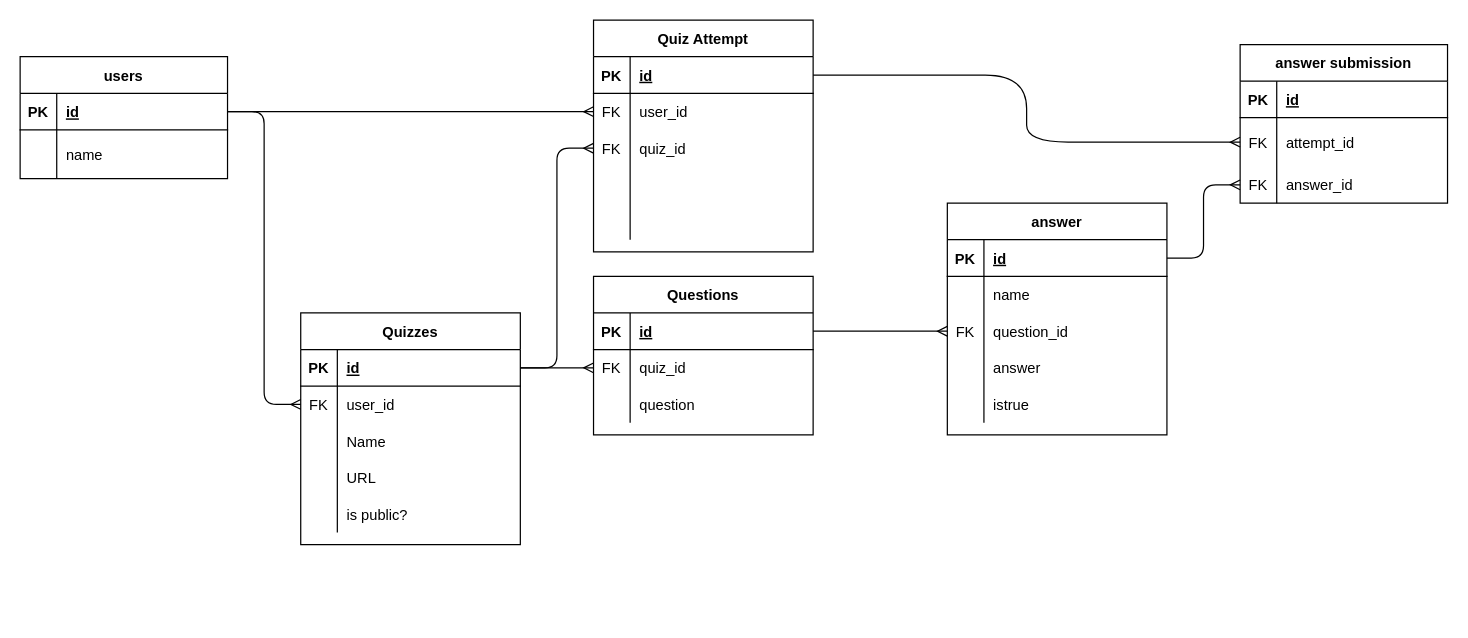
zhaxxDev/DeonNathanZMidterm keeps this draw.io diagram as ERD.drawio. Above is the earlier version. Source tidied: cells renumbered, new cells numbered last; positions are measured from the earlier drawing's top-left corner, leaving out a move shared by most shapes. Both pictures are drawn from the tidied source at 122%, with x=0, y=0 at pixel (20, 20).
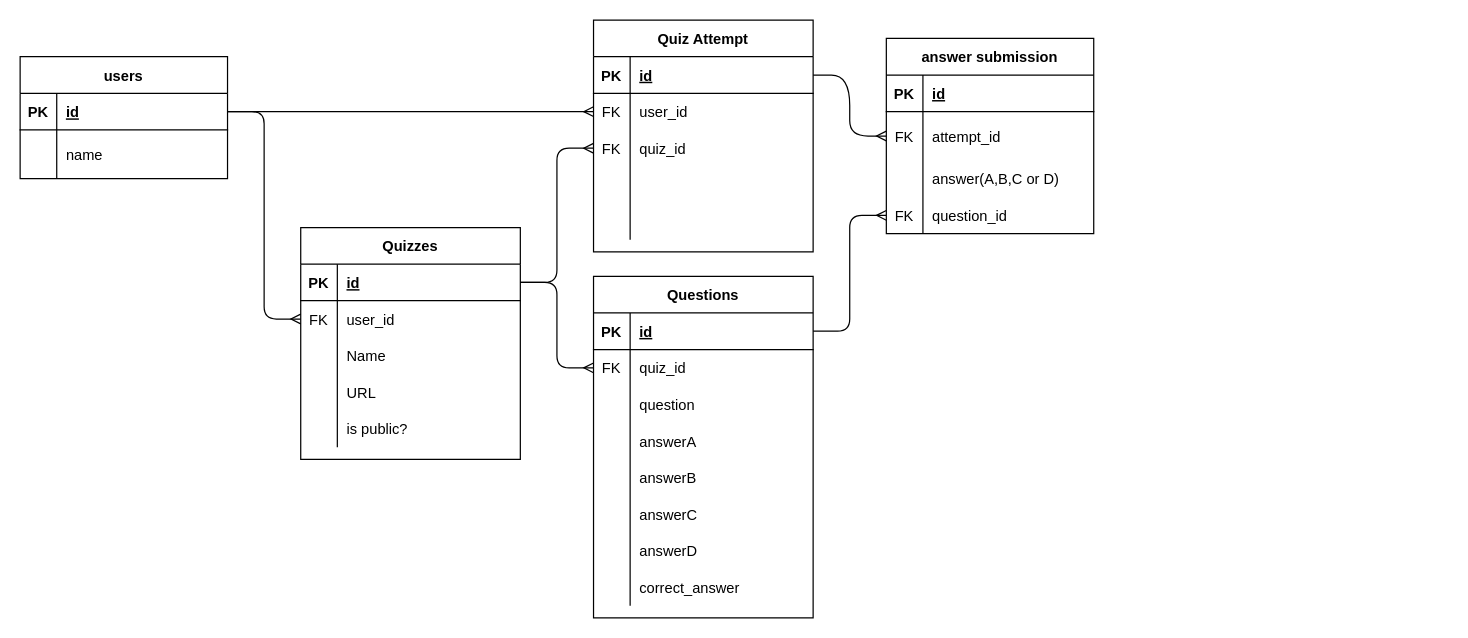
Above is the later version.

The change refers to these unchanged cells:
```xml
<mxCell id="37" style="shape=partialRectangle;fillColor=none;top=0;left=0;bottom=1;right=0;points=[[0,0.5],[1,0.5]];portConstraint=eastwest;" parent="36" vertex="1">
  <mxGeometry y="30" width="180" height="30" as="geometry" />
</mxCell>
<mxCell id="53" style="shape=partialRectangle;fillColor=none;top=0;left=0;bottom=0;right=0;points=[[0,0.5],[1,0.5]];portConstraint=eastwest;" parent="46" vertex="1">
  <mxGeometry y="100" width="170" height="30" as="geometry" />
</mxCell>
```

Change to the diagram source:
```diff
@@
     <mxCell id="2" value="Quizzes" style="shape=table;startSize=30;childLayout=tableLayout;rowLines=0;fontStyle=1;align=center;" parent="1" vertex="1">
-      <mxGeometry x="230" y="240" width="180" height="190" as="geometry" />
+      <mxGeometry x="230" y="170" width="180" height="190" as="geometry" />
     </mxCell>
@@
     <mxCell id="36" value="Questions" style="shape=table;startSize=30;childLayout=tableLayout;rowLines=0;fontStyle=1;align=center;" parent="1" vertex="1">
-      <mxGeometry x="470" y="210" width="180" height="130" as="geometry" />
+      <mxGeometry x="470" y="210" width="180" height="280" as="geometry" />
     </mxCell>
@@
+    <mxCell id="70" style="shape=partialRectangle;fillColor=none;top=0;left=0;bottom=0;right=0;" parent="36" vertex="1">
+      <mxGeometry y="120" width="180" height="30" as="geometry" />
+    </mxCell>
+    <mxCell id="84" style="shape=partialRectangle;fillColor=none;top=0;left=0;bottom=0;right=0;overflow=hidden;" parent="70" vertex="1">
+      <mxGeometry width="30" height="30" as="geometry" />
+    </mxCell>
+    <mxCell id="85" value="answerA" style="shape=partialRectangle;fillColor=none;top=0;left=0;bottom=0;right=0;align=left;spacingLeft=6;overflow=hidden;" parent="70" vertex="1">
+      <mxGeometry x="30" width="150" height="30" as="geometry" />
+    </mxCell>
+    <mxCell id="73" style="shape=partialRectangle;fillColor=none;top=0;left=0;bottom=0;right=0;" parent="36" vertex="1">
+      <mxGeometry y="150" width="180" height="30" as="geometry" />
+    </mxCell>
+    <mxCell id="86" style="shape=partialRectangle;fillColor=none;top=0;left=0;bottom=0;right=0;overflow=hidden;" parent="73" vertex="1">
+      <mxGeometry width="30" height="30" as="geometry" />
+    </mxCell>
+    <mxCell id="87" value="answerB" style="shape=partialRectangle;fillColor=none;top=0;left=0;bottom=0;right=0;align=left;spacingLeft=6;overflow=hidden;" parent="73" vertex="1">
+      <mxGeometry x="30" width="150" height="30" as="geometry" />
+    </mxCell>
+    <mxCell id="88" style="shape=partialRectangle;fillColor=none;top=0;left=0;bottom=0;right=0;" parent="36" vertex="1">
+      <mxGeometry y="180" width="180" height="30" as="geometry" />
+    </mxCell>
+    <mxCell id="89" style="shape=partialRectangle;fillColor=none;top=0;left=0;bottom=0;right=0;overflow=hidden;" parent="88" vertex="1">
+      <mxGeometry width="30" height="30" as="geometry" />
+    </mxCell>
+    <mxCell id="90" value="answerC" style="shape=partialRectangle;fillColor=none;top=0;left=0;bottom=0;right=0;align=left;spacingLeft=6;overflow=hidden;" parent="88" vertex="1">
+      <mxGeometry x="30" width="150" height="30" as="geometry" />
+    </mxCell>
+    <mxCell id="91" style="shape=partialRectangle;fillColor=none;top=0;left=0;bottom=0;right=0;" parent="36" vertex="1">
+      <mxGeometry y="210" width="180" height="30" as="geometry" />
+    </mxCell>
+    <mxCell id="92" style="shape=partialRectangle;fillColor=none;top=0;left=0;bottom=0;right=0;overflow=hidden;" parent="91" vertex="1">
+      <mxGeometry width="30" height="30" as="geometry" />
+    </mxCell>
+    <mxCell id="93" value="answerD" style="shape=partialRectangle;fillColor=none;top=0;left=0;bottom=0;right=0;align=left;spacingLeft=6;overflow=hidden;" parent="91" vertex="1">
+      <mxGeometry x="30" width="150" height="30" as="geometry" />
+    </mxCell>
+    <mxCell id="94" style="shape=partialRectangle;fillColor=none;top=0;left=0;bottom=0;right=0;" parent="36" vertex="1">
+      <mxGeometry y="240" width="180" height="30" as="geometry" />
+    </mxCell>
+    <mxCell id="95" style="shape=partialRectangle;fillColor=none;top=0;left=0;bottom=0;right=0;overflow=hidden;" parent="94" vertex="1">
+      <mxGeometry width="30" height="30" as="geometry" />
+    </mxCell>
+    <mxCell id="96" value="correct_answer" style="shape=partialRectangle;fillColor=none;top=0;left=0;bottom=0;right=0;align=left;spacingLeft=6;overflow=hidden;" parent="94" vertex="1">
+      <mxGeometry x="30" width="150" height="30" as="geometry" />
+    </mxCell>
     <mxCell id="46" value="answer submission" style="shape=table;startSize=30;childLayout=tableLayout;rowLines=0;fontStyle=1;align=center;" parent="1" vertex="1">
-      <mxGeometry x="1000" y="20" width="170" height="130" as="geometry" />
+      <mxGeometry x="710" y="15" width="170" height="160" as="geometry" />
     </mxCell>
@@
-    <mxCell id="54" value="FK" style="shape=partialRectangle;fillColor=none;top=0;left=0;bottom=0;right=0;overflow=hidden;" parent="53" vertex="1">
+    <mxCell id="54" style="shape=partialRectangle;fillColor=none;top=0;left=0;bottom=0;right=0;overflow=hidden;" parent="53" vertex="1">
       <mxGeometry width="30" height="30" as="geometry" />
     </mxCell>
-    <mxCell id="55" value="answer_id" style="shape=partialRectangle;fillColor=none;top=0;left=0;bottom=0;right=0;align=left;spacingLeft=6;overflow=hidden;" parent="53" vertex="1">
+    <mxCell id="55" value="answer(A,B,C or D)" style="shape=partialRectangle;fillColor=none;top=0;left=0;bottom=0;right=0;align=left;spacingLeft=6;overflow=hidden;" parent="53" vertex="1">
       <mxGeometry x="30" width="140" height="30" as="geometry" />
     </mxCell>
+    <mxCell id="97" style="shape=partialRectangle;fillColor=none;top=0;left=0;bottom=0;right=0;points=[[0,0.5],[1,0.5]];portConstraint=eastwest;" parent="46" vertex="1">
+      <mxGeometry y="130" width="170" height="30" as="geometry" />
+    </mxCell>
+    <mxCell id="68" value="FK" style="shape=partialRectangle;fillColor=none;top=0;left=0;bottom=0;right=0;overflow=hidden;" parent="97" vertex="1">
+      <mxGeometry width="30" height="30" as="geometry" />
+    </mxCell>
+    <mxCell id="69" value="question_id" style="shape=partialRectangle;fillColor=none;top=0;left=0;bottom=0;right=0;align=left;spacingLeft=6;overflow=hidden;" parent="97" vertex="1">
+      <mxGeometry x="30" width="140" height="30" as="geometry" />
+    </mxCell>
@@
-    <mxCell id="58" style="edgeStyle=entityRelationEdgeStyle;fontSize=12;html=1;endArrow=ERmany;entryX=0;entryY=0.5;entryDx=0;entryDy=0;" parent="1" edge="1" source="37" target="67">
+    <mxCell id="58" style="edgeStyle=entityRelationEdgeStyle;fontSize=12;html=1;endArrow=ERmany;entryX=0;entryY=0.5;entryDx=0;entryDy=0;" parent="1" edge="1" source="37" target="97">
       <mxGeometry relative="1" as="geometry" />
     </mxCell>
@@
-    <mxCell id="60" value="answer" style="shape=table;startSize=30;childLayout=tableLayout;rowLines=0;fontStyle=1;align=center;" parent="1" vertex="1">
-      <mxGeometry x="760" y="150" width="180" height="190" as="geometry" />
-    </mxCell>
-    <mxCell id="61" style="shape=partialRectangle;fillColor=none;top=0;left=0;bottom=1;right=0;points=[[0,0.5],[1,0.5]];portConstraint=eastwest;" parent="60" vertex="1">
-      <mxGeometry y="30" width="180" height="30" as="geometry" />
-    </mxCell>
-    <mxCell id="62" value="PK" style="shape=partialRectangle;fillColor=none;top=0;left=0;bottom=0;right=0;fontStyle=1;overflow=hidden;" parent="61" vertex="1">
-      <mxGeometry width="30" height="30" as="geometry" />
-    </mxCell>
-    <mxCell id="63" value="id" style="shape=partialRectangle;fillColor=none;top=0;left=0;bottom=0;right=0;align=left;spacingLeft=6;fontStyle=5;overflow=hidden;" parent="61" vertex="1">
-      <mxGeometry x="30" width="150" height="30" as="geometry" />
-    </mxCell>
-    <mxCell id="64" style="shape=partialRectangle;fillColor=none;top=0;left=0;bottom=0;right=0;" parent="60" vertex="1">
-      <mxGeometry y="60" width="180" height="30" as="geometry" />
-    </mxCell>
-    <mxCell id="65" style="shape=partialRectangle;fillColor=none;top=0;left=0;bottom=0;right=0;overflow=hidden;" parent="64" vertex="1">
-      <mxGeometry width="30" height="30" as="geometry" />
-    </mxCell>
-    <mxCell id="66" value="name" style="shape=partialRectangle;fillColor=none;top=0;left=0;bottom=0;right=0;align=left;spacingLeft=6;overflow=hidden;" parent="64" vertex="1">
-      <mxGeometry x="30" width="150" height="30" as="geometry" />
-    </mxCell>
-    <mxCell id="67" style="shape=partialRectangle;fillColor=none;top=0;left=0;bottom=0;right=0;points=[[0,0.5],[1,0.5]];portConstraint=eastwest;" parent="60" vertex="1">
-      <mxGeometry y="90" width="180" height="30" as="geometry" />
-    </mxCell>
-    <mxCell id="68" value="FK" style="shape=partialRectangle;fillColor=none;top=0;left=0;bottom=0;right=0;overflow=hidden;" parent="67" vertex="1">
-      <mxGeometry width="30" height="30" as="geometry" />
-    </mxCell>
-    <mxCell id="69" value="question_id" style="shape=partialRectangle;fillColor=none;top=0;left=0;bottom=0;right=0;align=left;spacingLeft=6;overflow=hidden;" parent="67" vertex="1">
-      <mxGeometry x="30" width="150" height="30" as="geometry" />
-    </mxCell>
-    <mxCell id="70" style="shape=partialRectangle;fillColor=none;top=0;left=0;bottom=0;right=0;" parent="60" vertex="1">
-      <mxGeometry y="120" width="180" height="30" as="geometry" />
-    </mxCell>
-    <mxCell id="71" style="shape=partialRectangle;fillColor=none;top=0;left=0;bottom=0;right=0;overflow=hidden;" parent="70" vertex="1">
-      <mxGeometry width="30" height="30" as="geometry" />
-    </mxCell>
-    <mxCell id="72" value="answer" style="shape=partialRectangle;fillColor=none;top=0;left=0;bottom=0;right=0;align=left;spacingLeft=6;overflow=hidden;" parent="70" vertex="1">
-      <mxGeometry x="30" width="150" height="30" as="geometry" />
-    </mxCell>
-    <mxCell id="73" style="shape=partialRectangle;fillColor=none;top=0;left=0;bottom=0;right=0;" parent="60" vertex="1">
-      <mxGeometry y="150" width="180" height="30" as="geometry" />
-    </mxCell>
-    <mxCell id="74" style="shape=partialRectangle;fillColor=none;top=0;left=0;bottom=0;right=0;overflow=hidden;" parent="73" vertex="1">
-      <mxGeometry width="30" height="30" as="geometry" />
-    </mxCell>
-    <mxCell id="75" value="istrue" style="shape=partialRectangle;fillColor=none;top=0;left=0;bottom=0;right=0;align=left;spacingLeft=6;overflow=hidden;" parent="73" vertex="1">
-      <mxGeometry x="30" width="150" height="30" as="geometry" />
-    </mxCell>
-    <mxCell id="76" style="edgeStyle=entityRelationEdgeStyle;fontSize=12;html=1;endArrow=ERmany;entryX=0;entryY=0.5;entryDx=0;entryDy=0;exitX=1;exitY=0.5;exitDx=0;exitDy=0;" parent="1" edge="1" source="61" target="53">
-      <mxGeometry relative="1" as="geometry" />
-    </mxCell>
```
